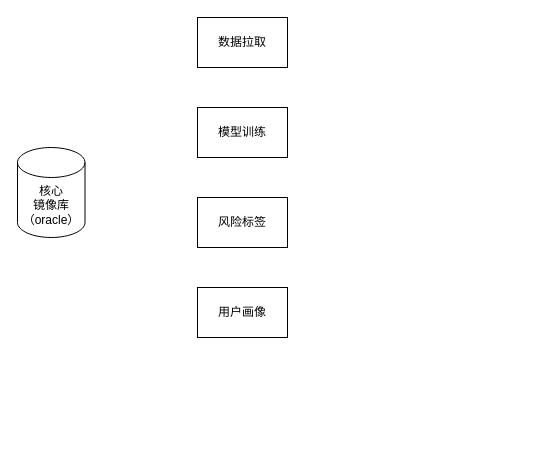
The draw.io diagram 太平/taiping-dataflow.drawio in XiaoLiuAI/diagrams, before the edit. Source tidied: cells renumbered, new cells numbered last; positions are measured from the earlier drawing's top-left corner, leaving out a move shared by most shapes. Both pictures are drawn from the tidied source at 100%, with x=0, y=0 at pixel (17, 17).
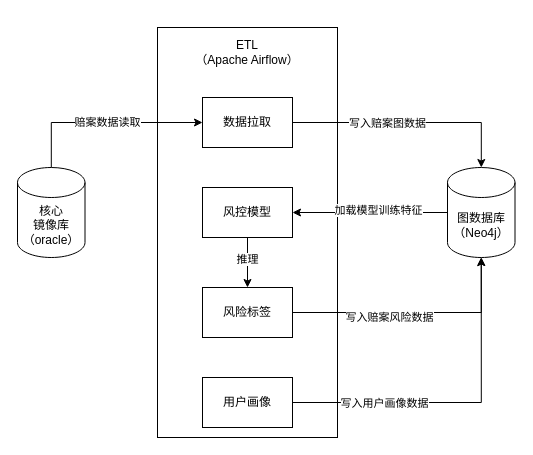
The same page after the edit.

The edit, as a diff of the source:
```diff
@@
+    <mxCell id="7" style="rounded=0;whiteSpace=wrap;html=1;" parent="1" vertex="1">
+      <mxGeometry x="140" y="10" width="180" height="410" as="geometry" />
+    </mxCell>
+    <mxCell id="8" style="edgeStyle=orthogonalEdgeStyle;rounded=0;jettySize=auto;html=1;" parent="1" edge="1" source="2" target="3">
+      <mxGeometry relative="1" as="geometry">
+        <Array as="points">
+          <mxPoint x="34" y="105" />
+        </Array>
+      </mxGeometry>
+    </mxCell>
+    <mxCell id="9" value="赔案数据读取" style="edgeLabel;html=1;align=center;verticalAlign=middle;" parent="8" vertex="1">
+      <mxGeometry x="0.03" y="1" relative="1" as="geometry" />
+    </mxCell>
     <mxCell id="2" value="核心&lt;br&gt;镜像库&lt;br&gt;（oracle）" style="shape=cylinder3;whiteSpace=wrap;html=1;boundedLbl=1;backgroundOutline=1;size=15;" parent="1" vertex="1">
-      <mxGeometry y="130" width="67.5" height="90" as="geometry" />
+      <mxGeometry y="150" width="67.5" height="90" as="geometry" />
     </mxCell>
+    <mxCell id="10" style="edgeStyle=orthogonalEdgeStyle;rounded=0;jettySize=auto;html=1;" parent="1" edge="1" source="3" target="17">
+      <mxGeometry relative="1" as="geometry" />
+    </mxCell>
+    <mxCell id="11" value="写入赔案图数据" style="edgeLabel;html=1;align=center;verticalAlign=middle;" parent="10" vertex="1">
+      <mxGeometry x="-0.34" relative="1" as="geometry">
+        <mxPoint x="17" as="offset" />
+      </mxGeometry>
+    </mxCell>
     <mxCell id="3" value="数据拉取" style="rounded=0;whiteSpace=wrap;html=1;" parent="1" vertex="1">
-      <mxGeometry x="180" width="90" height="50" as="geometry" />
+      <mxGeometry x="185" y="80" width="90" height="50" as="geometry" />
     </mxCell>
+    <mxCell id="12" style="edgeStyle=orthogonalEdgeStyle;rounded=0;jettySize=auto;html=1;entryX=0.5;entryY=0;entryDx=0;entryDy=0;" parent="1" edge="1" source="4" target="5">
+      <mxGeometry relative="1" as="geometry" />
+    </mxCell>
+    <mxCell id="13" value="推理" style="edgeLabel;html=1;align=center;verticalAlign=middle;" parent="12" vertex="1">
+      <mxGeometry x="-0.16" y="-1" relative="1" as="geometry" />
+    </mxCell>
-    <mxCell id="4" value="模型训练" style="rounded=0;whiteSpace=wrap;html=1;" parent="1" vertex="1">
-      <mxGeometry x="180" y="90" width="90" height="50" as="geometry" />
+    <mxCell id="4" value="风控模型" style="rounded=0;whiteSpace=wrap;html=1;" parent="1" vertex="1">
+      <mxGeometry x="185" y="170" width="90" height="50" as="geometry" />
     </mxCell>
     <mxCell id="5" value="风险标签" style="rounded=0;whiteSpace=wrap;html=1;" parent="1" vertex="1">
-      <mxGeometry x="180" y="180" width="90" height="50" as="geometry" />
+      <mxGeometry x="185" y="270" width="90" height="50" as="geometry" />
     </mxCell>
     <mxCell id="6" value="用户画像" style="rounded=0;whiteSpace=wrap;html=1;" parent="1" vertex="1">
-      <mxGeometry x="180" y="270" width="90" height="50" as="geometry" />
+      <mxGeometry x="185" y="360" width="90" height="50" as="geometry" />
     </mxCell>
+    <mxCell id="14" value="ETL&lt;br&gt;（Apache Airflow）" style="text;html=1;strokeColor=none;fillColor=none;align=center;verticalAlign=middle;whiteSpace=wrap;rounded=0;" parent="1" vertex="1">
+      <mxGeometry x="140" y="20" width="180" height="30" as="geometry" />
+    </mxCell>
+    <mxCell id="15" style="edgeStyle=orthogonalEdgeStyle;rounded=0;jettySize=auto;html=1;entryX=1;entryY=0.5;entryDx=0;entryDy=0;" parent="1" edge="1" source="17" target="4">
+      <mxGeometry relative="1" as="geometry" />
+    </mxCell>
+    <mxCell id="16" value="加载模型训练特征" style="edgeLabel;html=1;align=center;verticalAlign=middle;" parent="15" vertex="1">
+      <mxGeometry x="-0.08" y="-3" relative="1" as="geometry">
+        <mxPoint x="1" as="offset" />
+      </mxGeometry>
+    </mxCell>
+    <mxCell id="17" value="图数据库&lt;br&gt;（Neo4j）" style="shape=cylinder3;whiteSpace=wrap;html=1;boundedLbl=1;backgroundOutline=1;size=15;" parent="1" vertex="1">
+      <mxGeometry x="430" y="150" width="67.5" height="90" as="geometry" />
+    </mxCell>
+    <mxCell id="18" style="edgeStyle=orthogonalEdgeStyle;rounded=0;jettySize=auto;html=1;entryX=0.5;entryY=1;entryDx=0;entryDy=0;entryPerimeter=0;" parent="1" edge="1" source="5" target="17">
+      <mxGeometry relative="1" as="geometry" />
+    </mxCell>
+    <mxCell id="19" value="写入赔案风险数据" style="edgeLabel;html=1;align=center;verticalAlign=middle;" parent="18" vertex="1">
+      <mxGeometry x="-0.22" y="-4" relative="1" as="geometry">
+        <mxPoint x="1" as="offset" />
+      </mxGeometry>
+    </mxCell>
+    <mxCell id="20" style="edgeStyle=orthogonalEdgeStyle;rounded=0;jettySize=auto;html=1;entryX=0.5;entryY=1;entryDx=0;entryDy=0;entryPerimeter=0;" parent="1" edge="1" source="6" target="17">
+      <mxGeometry relative="1" as="geometry" />
+    </mxCell>
+    <mxCell id="21" value="写入用户画像数据" style="edgeLabel;html=1;align=center;verticalAlign=middle;" parent="20" vertex="1">
+      <mxGeometry x="-0.43" y="2" relative="1" as="geometry">
+        <mxPoint x="-4" y="2" as="offset" />
+      </mxGeometry>
+    </mxCell>
```
